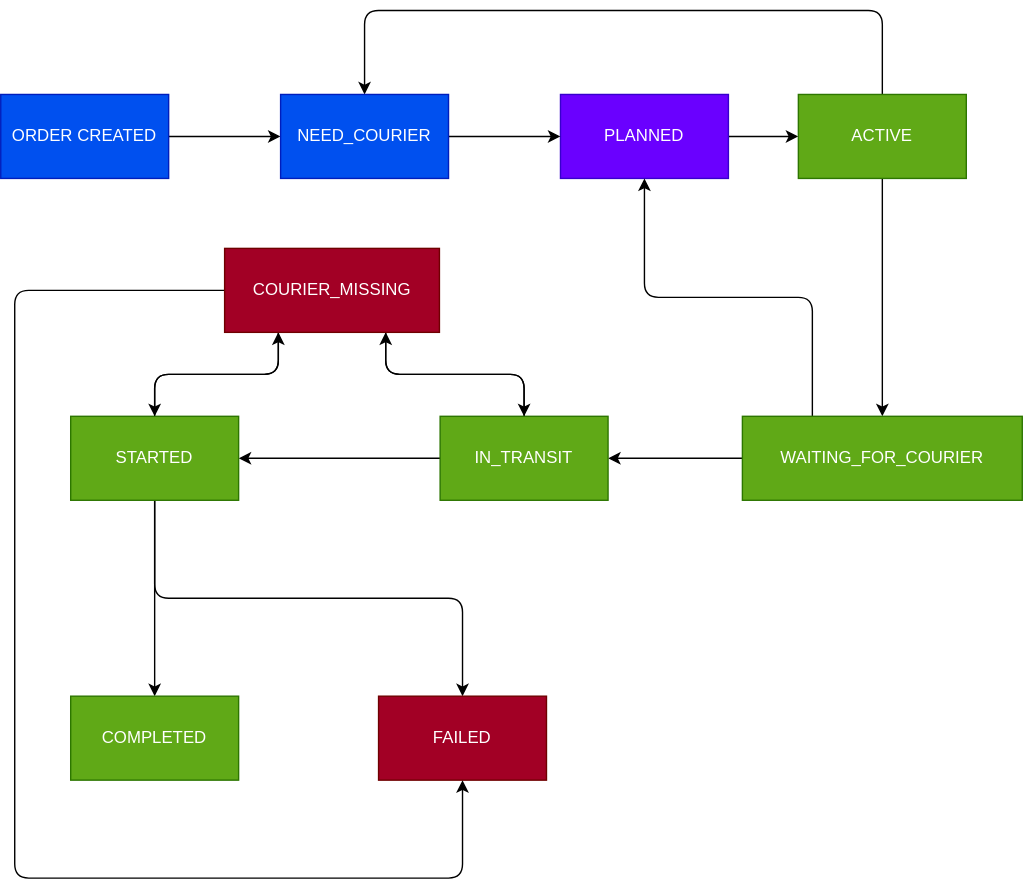
Earlier version of the draw.io export assets/workflow.drawio.svg (barbora-express/barbora-express.github.io). Source tidied: cells renumbered, new cells last; positions are measured from the earlier drawing's top-left corner, leaving out a move shared by most shapes.
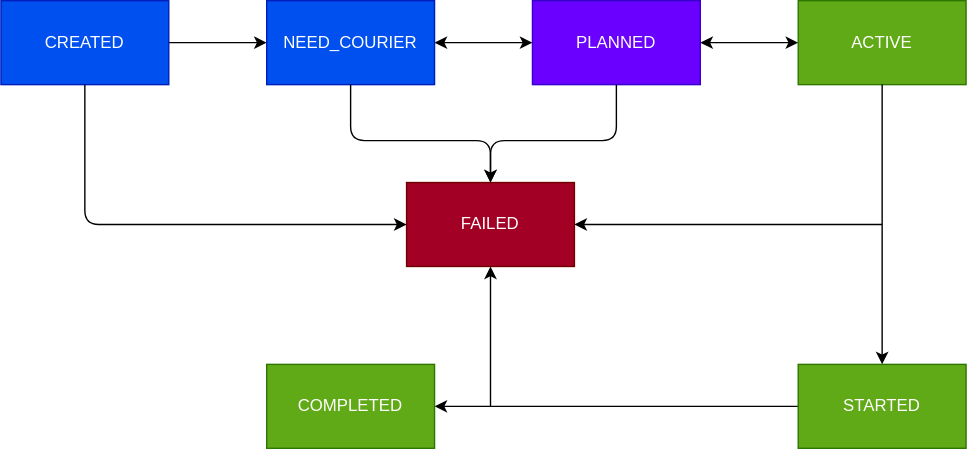
Above is the later version.

Change to the diagram source:
```diff
@@ -5,93 +5,72 @@
     <mxCell id="2" style="edgeStyle=none;html=1;" parent="1" edge="1" source="3" target="26">
       <mxGeometry relative="1" as="geometry" />
     </mxCell>
-    <mxCell id="3" value="ORDER CREATED" style="rounded=0;whiteSpace=wrap;html=1;fillColor=#0050ef;fontColor=#ffffff;strokeColor=#001DBC;" parent="1" vertex="1">
+    <mxCell id="3" value="CREATED" style="rounded=0;whiteSpace=wrap;html=1;fillColor=#0050ef;fontColor=#ffffff;strokeColor=#001DBC;" parent="1" vertex="1">
       <mxGeometry y="60" width="120" height="60" as="geometry" />
     </mxCell>
-    <mxCell id="4" style="edgeStyle=none;html=1;" parent="1" edge="1" source="5" target="8">
-      <mxGeometry relative="1" as="geometry" />
-    </mxCell>
     <mxCell id="5" value="PLANNED" style="whiteSpace=wrap;html=1;rounded=0;fillColor=#6a00ff;fontColor=#ffffff;strokeColor=#3700CC;" parent="1" vertex="1">
-      <mxGeometry x="400" y="60" width="120" height="60" as="geometry" />
+      <mxGeometry x="380" y="60" width="120" height="60" as="geometry" />
     </mxCell>
-    <mxCell id="6" style="edgeStyle=none;html=1;" parent="1" edge="1" source="8" target="11">
-      <mxGeometry relative="1" as="geometry" />
-    </mxCell>
-    <mxCell id="7" style="edgeStyle=orthogonalEdgeStyle;html=1;exitX=0.5;exitY=0;exitDx=0;exitDy=0;entryX=0.5;entryY=0;entryDx=0;entryDy=0;" parent="1" edge="1" source="8" target="26">
-      <mxGeometry relative="1" as="geometry">
-        <Array as="points">
-          <mxPoint x="630" />
-          <mxPoint x="260" />
-        </Array>
-      </mxGeometry>
-    </mxCell>
     <mxCell id="8" value="ACTIVE" style="whiteSpace=wrap;html=1;rounded=0;fillColor=#60a917;fontColor=#ffffff;strokeColor=#2D7600;" parent="1" vertex="1">
       <mxGeometry x="570" y="60" width="120" height="60" as="geometry" />
     </mxCell>
-    <mxCell id="9" style="edgeStyle=none;html=1;" parent="1" edge="1" source="11" target="14">
-      <mxGeometry relative="1" as="geometry" />
+    <mxCell id="9" style="edgeStyle=none;html=1;startArrow=none;exitX=0.5;exitY=1;exitDx=0;exitDy=0;entryX=0.5;entryY=0;entryDx=0;entryDy=0;" parent="1" edge="1" source="5" target="20">
+      <mxGeometry relative="1" as="geometry">
+        <Array as="points">
+          <mxPoint x="440" y="160" />
+          <mxPoint x="350" y="160" />
+        </Array>
+      </mxGeometry>
     </mxCell>
-    <mxCell id="10" style="edgeStyle=orthogonalEdgeStyle;html=1;exitX=0.25;exitY=0;exitDx=0;exitDy=0;entryX=0.5;entryY=1;entryDx=0;entryDy=0;" parent="1" edge="1" source="11" target="5">
-      <mxGeometry relative="1" as="geometry" />
-    </mxCell>
-    <mxCell id="11" value="WAITING_FOR_COURIER" style="whiteSpace=wrap;html=1;rounded=0;fillColor=#60a917;fontColor=#ffffff;strokeColor=#2D7600;" parent="1" vertex="1">
-      <mxGeometry x="530" y="290" width="200" height="60" as="geometry" />
-    </mxCell>
-    <mxCell id="12" style="edgeStyle=none;html=1;" parent="1" edge="1" source="14" target="18">
-      <mxGeometry relative="1" as="geometry" />
-    </mxCell>
-    <mxCell id="13" style="edgeStyle=orthogonalEdgeStyle;html=1;entryX=0.75;entryY=1;entryDx=0;entryDy=0;" parent="1" edge="1" source="14" target="24">
-      <mxGeometry relative="1" as="geometry">
-        <Array as="points">
-          <mxPoint x="374" y="260" />
-          <mxPoint x="275" y="260" />
-        </Array>
-      </mxGeometry>
-    </mxCell>
-    <mxCell id="14" value="IN_TRANSIT" style="whiteSpace=wrap;html=1;rounded=0;fillColor=#60a917;fontColor=#ffffff;strokeColor=#2D7600;" parent="1" vertex="1">
-      <mxGeometry x="314" y="290" width="120" height="60" as="geometry" />
-    </mxCell>
     <mxCell id="15" style="edgeStyle=none;html=1;" parent="1" edge="1" source="18" target="19">
       <mxGeometry relative="1" as="geometry" />
     </mxCell>
-    <mxCell id="16" style="edgeStyle=orthogonalEdgeStyle;html=1;exitX=0.5;exitY=1;exitDx=0;exitDy=0;" parent="1" edge="1" source="18" target="20">
-      <mxGeometry relative="1" as="geometry" />
-    </mxCell>
-    <mxCell id="17" style="edgeStyle=orthogonalEdgeStyle;html=1;exitX=0.5;exitY=0;exitDx=0;exitDy=0;entryX=0.25;entryY=1;entryDx=0;entryDy=0;" parent="1" edge="1" source="18" target="24">
-      <mxGeometry relative="1" as="geometry" />
-    </mxCell>
-    <mxCell id="18" value="STARTED" style="whiteSpace=wrap;html=1;rounded=0;fillColor=#60a917;fontColor=#ffffff;strokeColor=#2D7600;" parent="1" vertex="1">
-      <mxGeometry x="50" y="290" width="120" height="60" as="geometry" />
-    </mxCell>
     <mxCell id="19" value="COMPLETED" style="whiteSpace=wrap;html=1;rounded=0;fillColor=#60a917;fontColor=#ffffff;strokeColor=#2D7600;" parent="1" vertex="1">
-      <mxGeometry x="50" y="490" width="120" height="60" as="geometry" />
+      <mxGeometry x="190" y="320" width="120" height="60" as="geometry" />
     </mxCell>
     <mxCell id="20" value="FAILED" style="whiteSpace=wrap;html=1;rounded=0;fillColor=#a20025;fontColor=#ffffff;strokeColor=#6F0000;" parent="1" vertex="1">
-      <mxGeometry x="270" y="490" width="120" height="60" as="geometry" />
+      <mxGeometry x="290" y="190" width="120" height="60" as="geometry" />
     </mxCell>
-    <mxCell id="21" style="edgeStyle=orthogonalEdgeStyle;html=1;exitX=0.25;exitY=1;exitDx=0;exitDy=0;entryX=0.5;entryY=0;entryDx=0;entryDy=0;" parent="1" edge="1" source="24" target="18">
-      <mxGeometry relative="1" as="geometry" />
-    </mxCell>
-    <mxCell id="22" style="edgeStyle=orthogonalEdgeStyle;html=1;exitX=0.75;exitY=1;exitDx=0;exitDy=0;entryX=0.5;entryY=0;entryDx=0;entryDy=0;" parent="1" edge="1" source="24" target="14">
-      <mxGeometry relative="1" as="geometry" />
-    </mxCell>
-    <mxCell id="23" style="edgeStyle=orthogonalEdgeStyle;html=1;exitX=0;exitY=0.5;exitDx=0;exitDy=0;entryX=0.5;entryY=1;entryDx=0;entryDy=0;" parent="1" edge="1" source="24" target="20">
+    <mxCell id="23" style="edgeStyle=orthogonalEdgeStyle;html=1;exitX=0.5;exitY=1;exitDx=0;exitDy=0;entryX=0;entryY=0.5;entryDx=0;entryDy=0;" parent="1" edge="1" source="3" target="20">
       <mxGeometry relative="1" as="geometry">
         <Array as="points">
-          <mxPoint x="10" y="200" />
-          <mxPoint x="10" y="620" />
-          <mxPoint x="330" y="620" />
+          <mxPoint x="60" y="220" />
         </Array>
       </mxGeometry>
     </mxCell>
-    <mxCell id="24" value="COURIER_MISSING" style="whiteSpace=wrap;html=1;rounded=0;fillColor=#a20025;fontColor=#ffffff;strokeColor=#6F0000;" parent="1" vertex="1">
-      <mxGeometry x="160" y="170" width="153.5" height="60" as="geometry" />
-    </mxCell>
+    <mxCell id="26" value="NEED_COURIER" style="whiteSpace=wrap;html=1;fillColor=#0050ef;strokeColor=#001DBC;fontColor=#ffffff;rounded=0;" parent="1" vertex="1">
+      <mxGeometry x="190" y="60" width="120" height="60" as="geometry" />
+    </mxCell>
-    <mxCell id="25" style="edgeStyle=none;html=1;" parent="1" edge="1" source="26" target="5">
+    <mxCell id="25" style="endArrow=classic;startArrow=classic;html=1;rounded=0;exitX=1;exitY=0.5;exitDx=0;exitDy=0;entryX=0;entryY=0.5;entryDx=0;entryDy=0;" parent="1" edge="1" source="26" target="5">
       <mxGeometry relative="1" as="geometry" />
     </mxCell>
-    <mxCell id="26" value="NEED_COURIER" style="whiteSpace=wrap;html=1;fillColor=#0050ef;strokeColor=#001DBC;fontColor=#ffffff;rounded=0;" parent="1" vertex="1">
-      <mxGeometry x="200" y="60" width="120" height="60" as="geometry" />
-    </mxCell>
+    <mxCell id="4" style="endArrow=classic;startArrow=classic;html=1;rounded=0;entryX=0;entryY=0.5;entryDx=0;entryDy=0;exitX=1;exitY=0.5;exitDx=0;exitDy=0;" parent="1" edge="1" source="5" target="8">
+      <mxGeometry relative="1" as="geometry" />
+    </mxCell>
+    <mxCell id="18" value="STARTED" style="whiteSpace=wrap;html=1;rounded=0;fillColor=#60a917;fontColor=#ffffff;strokeColor=#2D7600;" parent="1" vertex="1">
+      <mxGeometry x="570" y="320" width="120" height="60" as="geometry" />
+    </mxCell>
+    <mxCell id="27" style="endArrow=classic;html=1;rounded=0;exitX=0.5;exitY=1;exitDx=0;exitDy=0;entryX=0.5;entryY=0;entryDx=0;entryDy=0;" parent="1" edge="1" source="8" target="18">
+      <mxGeometry relative="1" as="geometry" />
+    </mxCell>
+    <mxCell id="28" style="edgeStyle=orthogonalEdgeStyle;html=1;" parent="1" edge="1">
+      <mxGeometry relative="1" as="geometry">
+        <mxPoint x="630" y="220" as="sourcePoint" />
+        <mxPoint x="410" y="220" as="targetPoint" />
+      </mxGeometry>
+    </mxCell>
+    <mxCell id="29" style="edgeStyle=none;html=1;startArrow=none;exitX=0.5;exitY=1;exitDx=0;exitDy=0;entryX=0.5;entryY=0;entryDx=0;entryDy=0;" parent="1" edge="1" source="26" target="20">
+      <mxGeometry relative="1" as="geometry">
+        <Array as="points">
+          <mxPoint x="250" y="160" />
+          <mxPoint x="350" y="160" />
+        </Array>
+      </mxGeometry>
+    </mxCell>
+    <mxCell id="30" style="endArrow=classic;html=1;rounded=0;entryX=0.5;entryY=1;entryDx=0;entryDy=0;" parent="1" edge="1" target="20">
+      <mxGeometry relative="1" as="geometry">
+        <mxPoint x="350" y="350" as="sourcePoint" />
+      </mxGeometry>
+    </mxCell>
   </root>
 </mxGraphModel>
```
